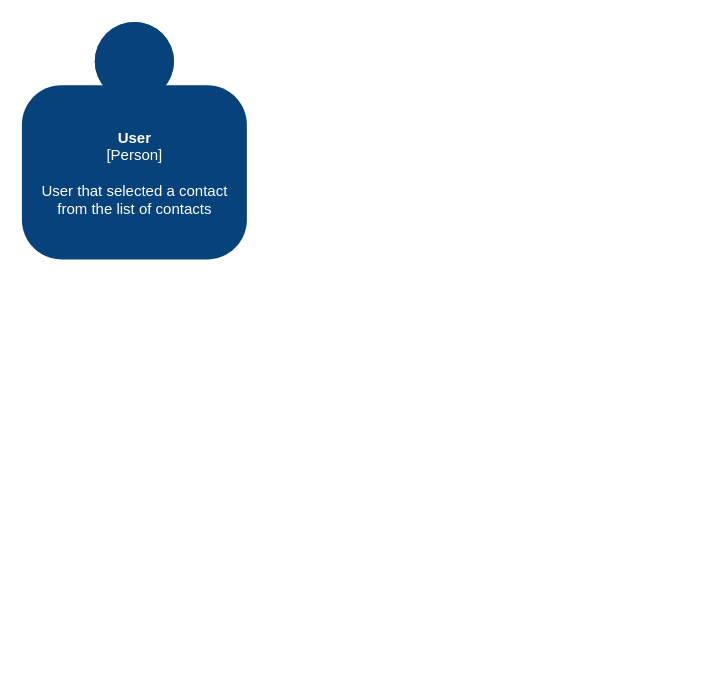
Above: page "Context-Diagram" (1 of 3) of C4/C4-Messaging-Module.drawio in HristeaIonut/Morse-Diagrams (draw.io), before the change. Source tidied: cells renumbered, new cells numbered last; positions are measured from the earlier drawing's top-left corner, leaving out a move shared by most shapes. Both pictures are drawn from the tidied source at 125%, with x=0, y=0 at pixel (21, 21).
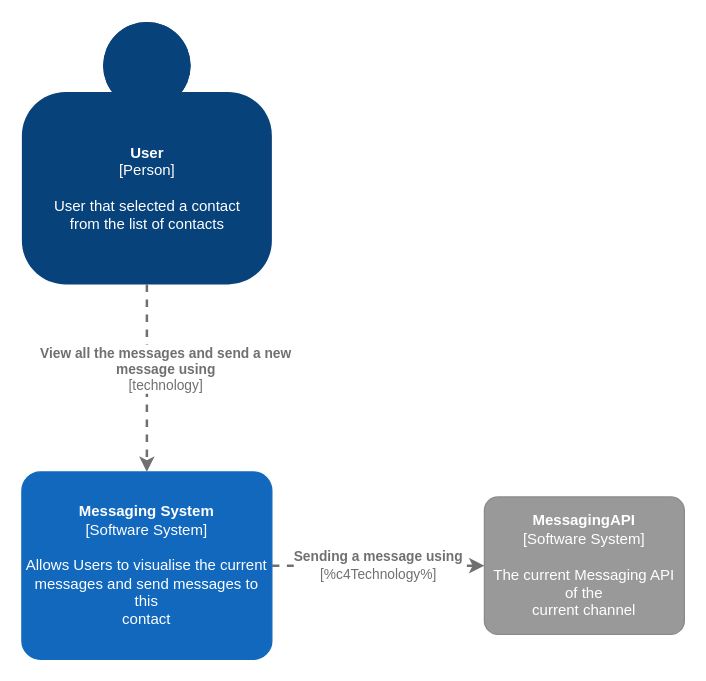
After the change.

What changed in the source:
```diff
@@
 <mxGraphModel>
   <root>
     <mxCell id="0" />
     <mxCell id="1" parent="0" />
     <object id="2" label="&lt;b&gt;%c4Name%&lt;/b&gt;&lt;div&gt;[%c4Type%]&lt;/div&gt;&lt;br&gt;&lt;div&gt;%c4Description%&lt;/div&gt;" c4Description="User that selected a contact &#10;from the list of contacts" c4Name="User" c4Type="Person" placeholders="1">
       <mxCell style="html=1;dashed=0;whitespace=wrap;fillColor=#08427b;strokeColor=none;fontColor=#ffffff;shape=mxgraph.c4.person;align=center;points=[[0.5,0,0],[1,0.5,0],[1,0.75,0],[0.75,1,0],[0.5,1,0],[0.25,1,0],[0,0.75,0],[0,0.5,0]];metaData={&quot;c4Type&quot;:{&quot;editable&quot;:false}};" parent="1" vertex="1">
-        <mxGeometry width="180" height="190" as="geometry" />
+        <mxGeometry width="200" height="210" as="geometry" />
       </mxCell>
     </object>
+    <object id="3" label="&lt;b&gt;%c4Name%&lt;/b&gt;&lt;div&gt;[%c4Type%]&lt;/div&gt;&lt;br&gt;&lt;div&gt;%c4Description%&lt;/div&gt;" c4Description="Allows Users to visualise the current&#10;messages and send messages to this&#10;contact  " c4Name="Messaging System" c4Type="Software System" placeholders="1">
+      <mxCell style="rounded=1;whiteSpace=wrap;html=1;labelBackgroundColor=none;fillColor=#1168BD;fontColor=#ffffff;align=center;arcSize=10;strokeColor=#1168BD;metaData={&quot;c4Type&quot;:{&quot;editable&quot;:false}};points=[[0.25,0,0],[0.5,0,0],[0.75,0,0],[1,0.25,0],[1,0.5,0],[1,0.75,0],[0.75,1,0],[0.5,1,0],[0.25,1,0],[0,0.75,0],[0,0.5,0],[0,0.25,0]];" parent="1" vertex="1">
+        <mxGeometry y="360" width="200" height="150" as="geometry" />
+      </mxCell>
+    </object>
+    <object id="4" label="&lt;b&gt;%c4Name%&lt;/b&gt;&lt;div&gt;[%c4Type%]&lt;/div&gt;&lt;br&gt;&lt;div&gt;%c4Description%&lt;/div&gt;" c4Description="The current Messaging API of the &#10;current channel " c4Name="MessagingAPI" c4Type="Software System" placeholders="1">
+      <mxCell style="rounded=1;whiteSpace=wrap;html=1;labelBackgroundColor=none;fillColor=#999999;fontColor=#ffffff;align=center;arcSize=10;strokeColor=#8A8A8A;metaData={&quot;c4Type&quot;:{&quot;editable&quot;:false}};points=[[0.25,0,0],[0.5,0,0],[0.75,0,0],[1,0.25,0],[1,0.5,0],[1,0.75,0],[0.75,1,0],[0.5,1,0],[0.25,1,0],[0,0.75,0],[0,0.5,0],[0,0.25,0]];" parent="1" vertex="1">
+        <mxGeometry x="370" y="380" width="160" height="110" as="geometry" />
+      </mxCell>
+    </object>
+    <object id="5" label="&lt;div style=&quot;text-align: left&quot;&gt;&lt;div style=&quot;text-align: center&quot;&gt;&lt;b&gt;%c4Description%&lt;/b&gt;&lt;/div&gt;&lt;div style=&quot;text-align: center&quot;&gt;[%c4Technology%]&lt;/div&gt;&lt;/div&gt;" c4Description="View all the messages and send a new &#10;message using " c4Technology="technology" placeholders="1">
+      <mxCell style="edgeStyle=none;rounded=0;html=1;entryX=0.5;entryY=0;jettySize=auto;strokeColor=#707070;strokeWidth=2;fontColor=#707070;jumpStyle=none;dashed=1;metaData={&quot;c4Type&quot;:{&quot;editable&quot;:false}};exitX=0.5;exitY=1;exitDx=0;exitDy=0;exitPerimeter=0;entryDx=0;entryDy=0;entryPerimeter=0;" parent="1" edge="1" source="2" target="3">
+        <mxGeometry x="-0.1" y="15" relative="1" as="geometry" />
+      </mxCell>
+    </object>
+    <object id="6" label="&lt;div style=&quot;text-align: left&quot;&gt;&lt;div style=&quot;text-align: center&quot;&gt;&lt;b&gt;%c4Description%&lt;/b&gt;&lt;/div&gt;&lt;div style=&quot;text-align: center&quot;&gt;[%c4Technology%]&lt;/div&gt;&lt;/div&gt;" c4Description="Sending a message using" placeholders="1">
+      <mxCell style="edgeStyle=none;rounded=0;html=1;entryX=0;entryY=0.5;jettySize=auto;strokeColor=#707070;strokeWidth=2;fontColor=#707070;jumpStyle=none;dashed=1;metaData={&quot;c4Type&quot;:{&quot;editable&quot;:false}};exitX=1;exitY=0.5;exitDx=0;exitDy=0;exitPerimeter=0;entryDx=0;entryDy=0;entryPerimeter=0;" parent="1" edge="1" source="3" target="4">
+        <mxGeometry relative="1" as="geometry" />
+      </mxCell>
+    </object>
   </root>
 </mxGraphModel>
```
